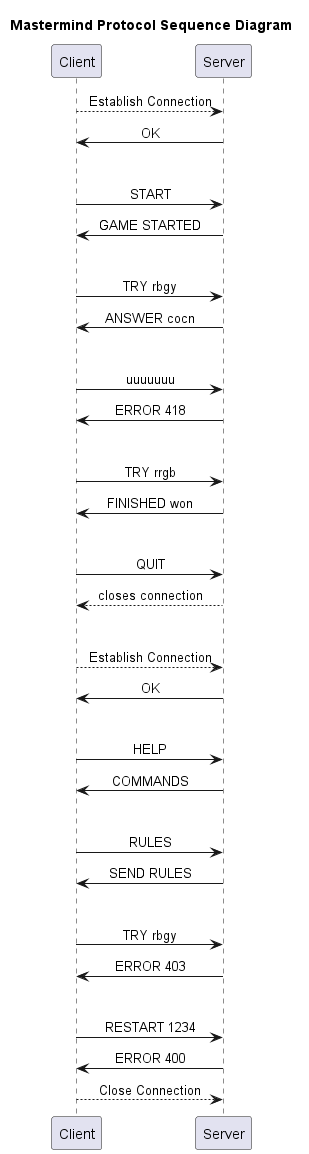
sarsurgithub/DAI-PW2-Mastermind keeps this PlantUML diagram as images/diagramSeqProt.png. Above is the earlier version.
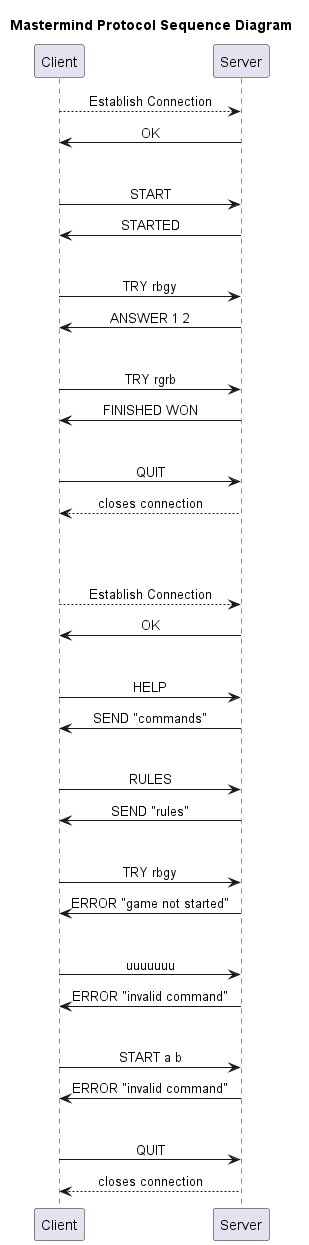
After the change.

What changed in the source:
```diff
@@ -10,29 +10,24 @@
 ||30||
 
 Client -> Server: START
-Client <- Server: GAME STARTED
+Client <- Server: STARTED
 
 ||30||
 
 Client -> Server: TRY rbgy
-Client <- Server: ANSWER cocn
+Client <- Server: ANSWER 1 2
 
 ||30||
 
-Client -> Server: uuuuuuu
-Client <- Server: ERROR 418
-
-||30||
-
-Client -> Server: TRY rrgb
-Client <- Server: FINISHED won
+Client -> Server: TRY rgrb
+Client <- Server: FINISHED WON
 
 ||30||
 
 Client -> Server: QUIT
 Client <-- Server: closes connection
 
-||30||
+||60||
 
 Client --> Server: Establish Connection
 Client <- Server: OK
@@ -40,22 +35,31 @@
 ||30||
 
 Client -> Server: HELP
-Client <- Server: COMMANDS
+Client <- Server: SEND "commands"
 
 ||30||
 
 Client -> Server: RULES
-Client <- Server: SEND RULES
+Client <- Server: SEND "rules"
 
 ||30||
 
 Client -> Server: TRY rbgy
-Client <- Server: ERROR 403
+Client <- Server: ERROR "game not started"
 
 ||30||
 
-Client -> Server: RESTART 1234
-Client <- Server: ERROR 400
-Client --> Server: Close Connection
+Client -> Server: uuuuuuu
+Client <- Server: ERROR "invalid command"
+
+||30||
+
+Client -> Server: START a b
+Client <- Server: ERROR "invalid command"
+
+||30||
+
+Client -> Server: QUIT
+Client <-- Server: closes connection
 
 @enduml
```
